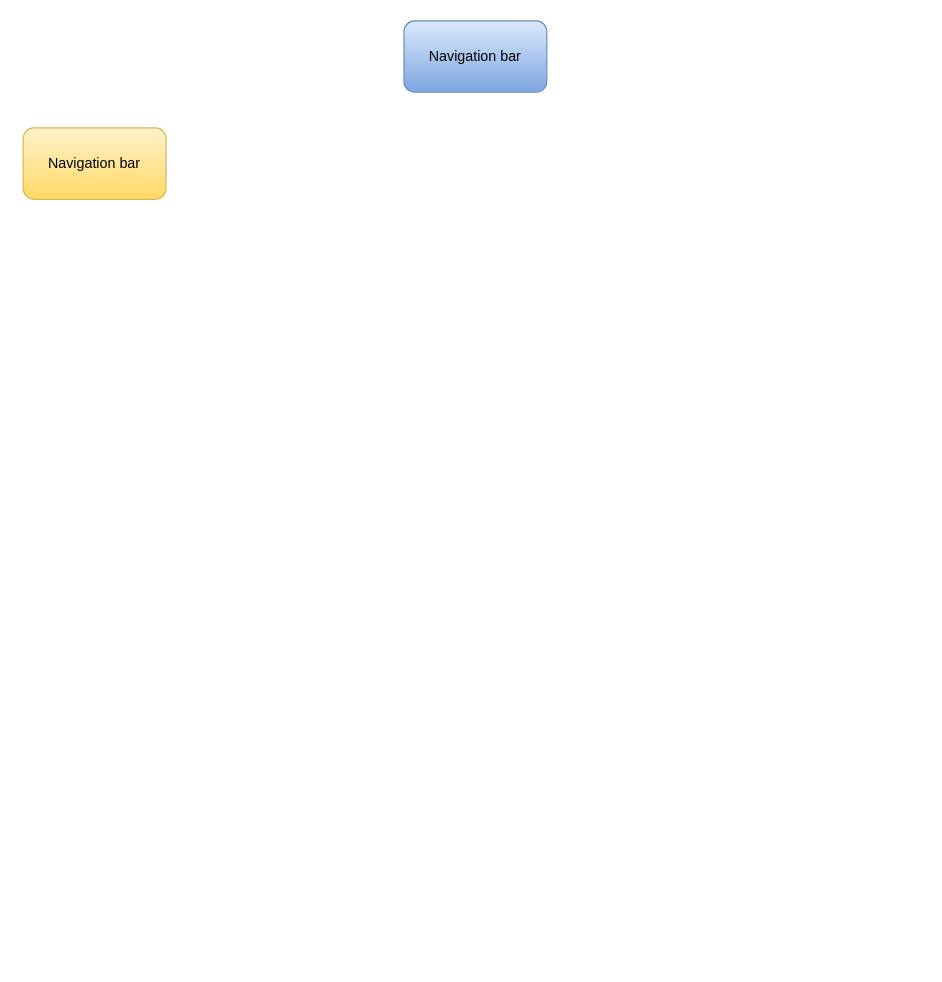
owenlim225/CCS-webdev-2024 keeps this draw.io diagram as Untitled Diagram.drawio. Above is the earlier version. Source tidied: cells renumbered, new cells numbered last; positions are measured from the earlier drawing's top-left corner, leaving out a move shared by most shapes. Both pictures are drawn from the tidied source at 119%, with x=0, y=0 at pixel (23, 20).
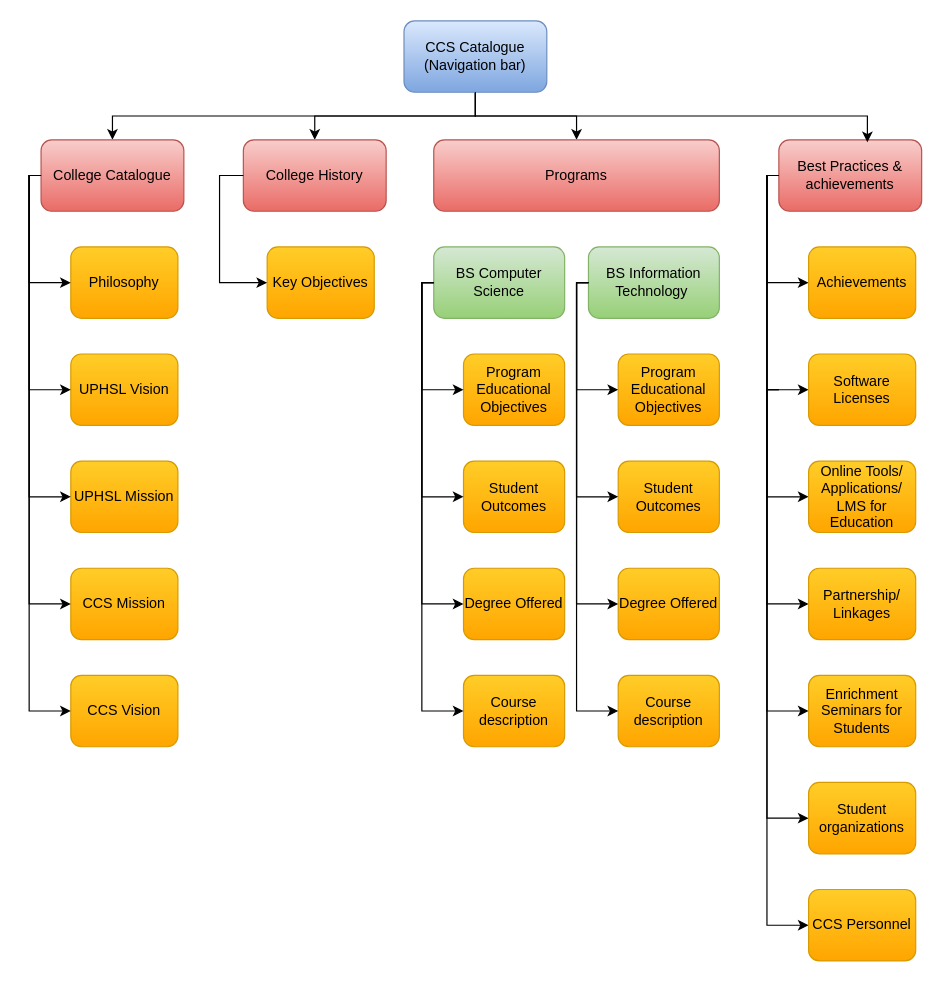
Above is the later version.

What changed in the source:
```diff
@@
+    <mxCell id="4" style="edgeStyle=orthogonalEdgeStyle;rounded=0;jettySize=auto;html=1;entryX=0.5;entryY=0;entryDx=0;entryDy=0;" parent="1" edge="1" source="2" target="35">
+      <mxGeometry relative="1" as="geometry">
+        <Array as="points">
+          <mxPoint x="380" y="80" />
+          <mxPoint x="75" y="80" />
+        </Array>
+      </mxGeometry>
+    </mxCell>
+    <mxCell id="5" style="edgeStyle=orthogonalEdgeStyle;rounded=0;jettySize=auto;html=1;entryX=0.5;entryY=0;entryDx=0;entryDy=0;" parent="1" edge="1" source="2" target="8">
+      <mxGeometry relative="1" as="geometry">
+        <Array as="points">
+          <mxPoint x="380" y="80" />
+          <mxPoint x="245" y="80" />
+        </Array>
+      </mxGeometry>
+    </mxCell>
+    <mxCell id="6" style="edgeStyle=orthogonalEdgeStyle;rounded=0;jettySize=auto;html=1;exitX=0.5;exitY=1;exitDx=0;exitDy=0;" parent="1" edge="1" source="2" target="9">
+      <mxGeometry relative="1" as="geometry" />
+    </mxCell>
-    <mxCell id="2" value="Navigation bar" style="rounded=1;whiteSpace=wrap;html=1;fillColor=#dae8fc;strokeColor=#6c8ebf;gradientColor=#7ea6e0;" parent="1" vertex="1">
+    <mxCell id="2" value="CCS Catalogue&lt;br&gt;(Navigation bar)" style="rounded=1;whiteSpace=wrap;html=1;fillColor=#dae8fc;strokeColor=#6c8ebf;gradientColor=#7ea6e0;" parent="1" vertex="1">
       <mxGeometry x="320" width="120" height="60" as="geometry" />
     </mxCell>
-    <mxCell id="3" value="Navigation bar" style="rounded=1;whiteSpace=wrap;html=1;fillColor=#fff2cc;strokeColor=#d6b656;gradientColor=#ffd966;" parent="1" vertex="1">
-      <mxGeometry y="90" width="120" height="60" as="geometry" />
-    </mxCell>
+    <mxCell id="7" style="group;" parent="1" vertex="1">
+      <mxGeometry x="5" y="100" width="750" height="690" as="geometry" />
+    </mxCell>
+    <mxCell id="8" value="College History" style="rounded=1;whiteSpace=wrap;html=1;fillColor=#f8cecc;strokeColor=#b85450;gradientColor=#ea6b66;" parent="7" vertex="1">
+      <mxGeometry x="180" width="120" height="60" as="geometry" />
+    </mxCell>
+    <mxCell id="9" value="Programs" style="rounded=1;whiteSpace=wrap;html=1;fillColor=#f8cecc;strokeColor=#b85450;gradientColor=#ea6b66;" parent="7" vertex="1">
+      <mxGeometry x="340" width="240" height="60" as="geometry" />
+    </mxCell>
+    <mxCell id="10" value="Key Objectives&lt;span id=&quot;docs-internal-guid-d5e53d72-7fff-2fe1-b138-4ab144727099&quot;&gt;&lt;/span&gt;" style="rounded=1;whiteSpace=wrap;html=1;fillColor=#ffcd28;strokeColor=#d79b00;gradientColor=#ffa500;" parent="7" vertex="1">
+      <mxGeometry x="200" y="90" width="90" height="60" as="geometry" />
+    </mxCell>
+    <mxCell id="11" style="edgeStyle=orthogonalEdgeStyle;rounded=0;jettySize=auto;html=1;entryX=0;entryY=0.5;entryDx=0;entryDy=0;" parent="7" edge="1" source="8" target="10">
+      <mxGeometry relative="1" as="geometry">
+        <Array as="points">
+          <mxPoint x="160" y="30" />
+          <mxPoint x="160" y="120" />
+        </Array>
+      </mxGeometry>
+    </mxCell>
+    <mxCell id="12" style="group;" parent="7" vertex="1">
+      <mxGeometry x="330" y="90" width="120" height="420" as="geometry" />
+    </mxCell>
+    <mxCell id="13" value="BS Computer Science&lt;span id=&quot;docs-internal-guid-ea8f8cfb-7fff-ccc1-7b33-4c26a019957c&quot;&gt;&lt;/span&gt;&lt;span id=&quot;docs-internal-guid-ea8f8cfb-7fff-ccc1-7b33-4c26a019957c&quot;&gt;&lt;/span&gt;" style="rounded=1;whiteSpace=wrap;html=1;fillColor=#d5e8d4;strokeColor=#82b366;gradientColor=#97d077;" parent="12" vertex="1">
+      <mxGeometry x="10" width="110" height="60" as="geometry" />
+    </mxCell>
+    <mxCell id="14" style="group;" parent="12" vertex="1">
+      <mxGeometry x="35" y="90" width="85" height="330" as="geometry" />
+    </mxCell>
+    <mxCell id="15" value="Program Educational Objectives&lt;span id=&quot;docs-internal-guid-ea8f8cfb-7fff-ccc1-7b33-4c26a019957c&quot;&gt;&lt;/span&gt;&lt;span id=&quot;docs-internal-guid-ea8f8cfb-7fff-ccc1-7b33-4c26a019957c&quot;&gt;&lt;/span&gt;" style="rounded=1;whiteSpace=wrap;html=1;fillColor=#ffcd28;strokeColor=#d79b00;gradientColor=#ffa500;" parent="14" vertex="1">
+      <mxGeometry width="85" height="60" as="geometry" />
+    </mxCell>
+    <mxCell id="16" value="Student Outcomes&lt;span id=&quot;docs-internal-guid-ea8f8cfb-7fff-ccc1-7b33-4c26a019957c&quot;&gt;&lt;/span&gt;&lt;span id=&quot;docs-internal-guid-ea8f8cfb-7fff-ccc1-7b33-4c26a019957c&quot;&gt;&lt;/span&gt;" style="rounded=1;whiteSpace=wrap;html=1;fillColor=#ffcd28;strokeColor=#d79b00;gradientColor=#ffa500;" parent="14" vertex="1">
+      <mxGeometry y="90" width="85" height="60" as="geometry" />
+    </mxCell>
+    <mxCell id="17" value="Degree Offered&lt;span id=&quot;docs-internal-guid-ea8f8cfb-7fff-ccc1-7b33-4c26a019957c&quot;&gt;&lt;/span&gt;&lt;span id=&quot;docs-internal-guid-ea8f8cfb-7fff-ccc1-7b33-4c26a019957c&quot;&gt;&lt;/span&gt;" style="rounded=1;whiteSpace=wrap;html=1;fillColor=#ffcd28;strokeColor=#d79b00;gradientColor=#ffa500;" parent="14" vertex="1">
+      <mxGeometry y="180" width="85" height="60" as="geometry" />
+    </mxCell>
+    <mxCell id="18" value="Course description&lt;span id=&quot;docs-internal-guid-ea8f8cfb-7fff-ccc1-7b33-4c26a019957c&quot;&gt;&lt;/span&gt;&lt;span id=&quot;docs-internal-guid-ea8f8cfb-7fff-ccc1-7b33-4c26a019957c&quot;&gt;&lt;/span&gt;" style="rounded=1;whiteSpace=wrap;html=1;fillColor=#ffcd28;strokeColor=#d79b00;gradientColor=#ffa500;" parent="14" vertex="1">
+      <mxGeometry y="270" width="85" height="60" as="geometry" />
+    </mxCell>
+    <mxCell id="19" style="edgeStyle=orthogonalEdgeStyle;rounded=0;jettySize=auto;html=1;entryX=0;entryY=0.5;entryDx=0;entryDy=0;" parent="12" edge="1" source="13" target="15">
+      <mxGeometry relative="1" as="geometry">
+        <Array as="points">
+          <mxPoint y="30" />
+          <mxPoint y="120" />
+        </Array>
+      </mxGeometry>
+    </mxCell>
+    <mxCell id="20" style="edgeStyle=orthogonalEdgeStyle;rounded=0;jettySize=auto;html=1;entryX=0;entryY=0.5;entryDx=0;entryDy=0;" parent="12" edge="1" source="13" target="16">
+      <mxGeometry relative="1" as="geometry">
+        <Array as="points">
+          <mxPoint y="30" />
+          <mxPoint y="210" />
+        </Array>
+      </mxGeometry>
+    </mxCell>
+    <mxCell id="21" style="edgeStyle=orthogonalEdgeStyle;rounded=0;jettySize=auto;html=1;entryX=0;entryY=0.5;entryDx=0;entryDy=0;" parent="12" edge="1" source="13" target="17">
+      <mxGeometry relative="1" as="geometry">
+        <Array as="points">
+          <mxPoint y="30" />
+          <mxPoint y="300" />
+        </Array>
+      </mxGeometry>
+    </mxCell>
+    <mxCell id="22" style="edgeStyle=orthogonalEdgeStyle;rounded=0;jettySize=auto;html=1;entryX=0;entryY=0.5;entryDx=0;entryDy=0;" parent="12" edge="1" source="13" target="18">
+      <mxGeometry relative="1" as="geometry">
+        <Array as="points">
+          <mxPoint y="30" />
+          <mxPoint y="390" />
+        </Array>
+      </mxGeometry>
+    </mxCell>
+    <mxCell id="23" style="group;" parent="7" vertex="1">
+      <mxGeometry x="460" y="90" width="120" height="420" as="geometry" />
+    </mxCell>
+    <mxCell id="24" value="BS Information Technology&amp;nbsp;&lt;span id=&quot;docs-internal-guid-ea8f8cfb-7fff-ccc1-7b33-4c26a019957c&quot;&gt;&lt;/span&gt;&lt;span id=&quot;docs-internal-guid-ea8f8cfb-7fff-ccc1-7b33-4c26a019957c&quot;&gt;&lt;/span&gt;" style="rounded=1;whiteSpace=wrap;html=1;fillColor=#d5e8d4;strokeColor=#82b366;gradientColor=#97d077;" parent="23" vertex="1">
+      <mxGeometry x="10" width="110" height="60" as="geometry" />
+    </mxCell>
+    <mxCell id="25" style="group;" parent="23" vertex="1">
+      <mxGeometry x="35" y="90" width="85" height="330" as="geometry" />
+    </mxCell>
+    <mxCell id="26" value="Program Educational Objectives&lt;span id=&quot;docs-internal-guid-ea8f8cfb-7fff-ccc1-7b33-4c26a019957c&quot;&gt;&lt;/span&gt;&lt;span id=&quot;docs-internal-guid-ea8f8cfb-7fff-ccc1-7b33-4c26a019957c&quot;&gt;&lt;/span&gt;" style="rounded=1;whiteSpace=wrap;html=1;fillColor=#ffcd28;strokeColor=#d79b00;gradientColor=#ffa500;" parent="25" vertex="1">
+      <mxGeometry width="85" height="60" as="geometry" />
+    </mxCell>
+    <mxCell id="27" value="Student Outcomes&lt;span id=&quot;docs-internal-guid-ea8f8cfb-7fff-ccc1-7b33-4c26a019957c&quot;&gt;&lt;/span&gt;&lt;span id=&quot;docs-internal-guid-ea8f8cfb-7fff-ccc1-7b33-4c26a019957c&quot;&gt;&lt;/span&gt;" style="rounded=1;whiteSpace=wrap;html=1;fillColor=#ffcd28;strokeColor=#d79b00;gradientColor=#ffa500;" parent="25" vertex="1">
+      <mxGeometry y="90" width="85" height="60" as="geometry" />
+    </mxCell>
+    <mxCell id="28" value="Degree Offered&lt;span id=&quot;docs-internal-guid-ea8f8cfb-7fff-ccc1-7b33-4c26a019957c&quot;&gt;&lt;/span&gt;&lt;span id=&quot;docs-internal-guid-ea8f8cfb-7fff-ccc1-7b33-4c26a019957c&quot;&gt;&lt;/span&gt;" style="rounded=1;whiteSpace=wrap;html=1;fillColor=#ffcd28;strokeColor=#d79b00;gradientColor=#ffa500;" parent="25" vertex="1">
+      <mxGeometry y="180" width="85" height="60" as="geometry" />
+    </mxCell>
+    <mxCell id="29" value="Course description&lt;span id=&quot;docs-internal-guid-ea8f8cfb-7fff-ccc1-7b33-4c26a019957c&quot;&gt;&lt;/span&gt;&lt;span id=&quot;docs-internal-guid-ea8f8cfb-7fff-ccc1-7b33-4c26a019957c&quot;&gt;&lt;/span&gt;" style="rounded=1;whiteSpace=wrap;html=1;fillColor=#ffcd28;strokeColor=#d79b00;gradientColor=#ffa500;" parent="25" vertex="1">
+      <mxGeometry y="270" width="85" height="60" as="geometry" />
+    </mxCell>
+    <mxCell id="30" style="edgeStyle=orthogonalEdgeStyle;rounded=0;jettySize=auto;html=1;entryX=0;entryY=0.5;entryDx=0;entryDy=0;" parent="23" edge="1" source="24" target="26">
+      <mxGeometry relative="1" as="geometry">
+        <Array as="points">
+          <mxPoint y="30" />
+          <mxPoint y="120" />
+        </Array>
+      </mxGeometry>
+    </mxCell>
+    <mxCell id="31" style="edgeStyle=orthogonalEdgeStyle;rounded=0;jettySize=auto;html=1;entryX=0;entryY=0.5;entryDx=0;entryDy=0;" parent="23" edge="1" source="24" target="27">
+      <mxGeometry relative="1" as="geometry">
+        <Array as="points">
+          <mxPoint y="30" />
+          <mxPoint y="210" />
+        </Array>
+      </mxGeometry>
+    </mxCell>
+    <mxCell id="32" style="edgeStyle=orthogonalEdgeStyle;rounded=0;jettySize=auto;html=1;entryX=0;entryY=0.5;entryDx=0;entryDy=0;" parent="23" edge="1" source="24" target="28">
+      <mxGeometry relative="1" as="geometry">
+        <Array as="points">
+          <mxPoint y="30" />
+          <mxPoint y="300" />
+        </Array>
+      </mxGeometry>
+    </mxCell>
+    <mxCell id="33" style="edgeStyle=orthogonalEdgeStyle;rounded=0;jettySize=auto;html=1;entryX=0;entryY=0.5;entryDx=0;entryDy=0;" parent="23" edge="1" source="24" target="29">
+      <mxGeometry relative="1" as="geometry">
+        <Array as="points">
+          <mxPoint y="30" />
+          <mxPoint y="390" />
+        </Array>
+      </mxGeometry>
+    </mxCell>
+    <mxCell id="34" style="group;" parent="7" vertex="1">
+      <mxGeometry width="130" height="510" as="geometry" />
+    </mxCell>
+    <mxCell id="35" value="College Catalogue" style="rounded=1;whiteSpace=wrap;html=1;fillColor=#f8cecc;strokeColor=#b85450;gradientColor=#ea6b66;" parent="34" vertex="1">
+      <mxGeometry x="10" width="120" height="60" as="geometry" />
+    </mxCell>
+    <mxCell id="36" style="group;" parent="34" vertex="1">
+      <mxGeometry x="35" y="90" width="90" height="420" as="geometry" />
+    </mxCell>
+    <mxCell id="37" value="Philosophy&lt;span id=&quot;docs-internal-guid-d5e53d72-7fff-2fe1-b138-4ab144727099&quot;&gt;&lt;/span&gt;" style="rounded=1;whiteSpace=wrap;html=1;fillColor=#ffcd28;strokeColor=#d79b00;gradientColor=#ffa500;" parent="36" vertex="1">
+      <mxGeometry width="90" height="60" as="geometry" />
+    </mxCell>
+    <mxCell id="38" value="&lt;div&gt;UPHSL Vision&lt;/div&gt;" style="rounded=1;whiteSpace=wrap;html=1;fillColor=#ffcd28;strokeColor=#d79b00;gradientColor=#ffa500;" parent="36" vertex="1">
+      <mxGeometry y="90" width="90" height="60" as="geometry" />
+    </mxCell>
+    <mxCell id="39" value="UPHSL Mission&lt;span id=&quot;docs-internal-guid-d5e53d72-7fff-2fe1-b138-4ab144727099&quot;&gt;&lt;/span&gt;" style="rounded=1;whiteSpace=wrap;html=1;fillColor=#ffcd28;strokeColor=#d79b00;gradientColor=#ffa500;" parent="36" vertex="1">
+      <mxGeometry y="180" width="90" height="60" as="geometry" />
+    </mxCell>
+    <mxCell id="40" value="&lt;div&gt;CCS Mission&lt;/div&gt;" style="rounded=1;whiteSpace=wrap;html=1;fillColor=#ffcd28;strokeColor=#d79b00;gradientColor=#ffa500;" parent="36" vertex="1">
+      <mxGeometry y="270" width="90" height="60" as="geometry" />
+    </mxCell>
+    <mxCell id="41" value="&lt;span id=&quot;docs-internal-guid-57780343-7fff-d43e-a0b6-322ba20f0d49&quot;&gt;&lt;/span&gt;CCS Vision" style="rounded=1;whiteSpace=wrap;html=1;fillColor=#ffcd28;strokeColor=#d79b00;gradientColor=#ffa500;" parent="36" vertex="1">
+      <mxGeometry y="360" width="90" height="60" as="geometry" />
+    </mxCell>
+    <mxCell id="42" style="edgeStyle=orthogonalEdgeStyle;rounded=0;jettySize=auto;html=1;entryX=0;entryY=0.5;entryDx=0;entryDy=0;" parent="34" edge="1" source="35" target="37">
+      <mxGeometry relative="1" as="geometry">
+        <Array as="points">
+          <mxPoint y="30" />
+          <mxPoint y="120" />
+        </Array>
+      </mxGeometry>
+    </mxCell>
+    <mxCell id="43" style="edgeStyle=orthogonalEdgeStyle;rounded=0;jettySize=auto;html=1;entryX=0;entryY=0.5;entryDx=0;entryDy=0;" parent="34" edge="1" source="35" target="38">
+      <mxGeometry relative="1" as="geometry">
+        <Array as="points">
+          <mxPoint y="30" />
+          <mxPoint y="210" />
+        </Array>
+      </mxGeometry>
+    </mxCell>
+    <mxCell id="44" style="edgeStyle=orthogonalEdgeStyle;rounded=0;jettySize=auto;html=1;entryX=0;entryY=0.5;entryDx=0;entryDy=0;" parent="34" edge="1" source="35" target="39">
+      <mxGeometry relative="1" as="geometry">
+        <Array as="points">
+          <mxPoint y="30" />
+          <mxPoint y="300" />
+        </Array>
+      </mxGeometry>
+    </mxCell>
+    <mxCell id="45" style="edgeStyle=orthogonalEdgeStyle;rounded=0;jettySize=auto;html=1;entryX=0;entryY=0.5;entryDx=0;entryDy=0;" parent="34" edge="1" source="35" target="40">
+      <mxGeometry relative="1" as="geometry">
+        <Array as="points">
+          <mxPoint y="30" />
+          <mxPoint y="390" />
+        </Array>
+      </mxGeometry>
+    </mxCell>
+    <mxCell id="46" style="edgeStyle=orthogonalEdgeStyle;rounded=0;jettySize=auto;html=1;entryX=0;entryY=0.5;entryDx=0;entryDy=0;" parent="34" edge="1" source="35" target="41">
+      <mxGeometry relative="1" as="geometry">
+        <Array as="points">
+          <mxPoint y="30" />
+          <mxPoint y="480" />
+        </Array>
+      </mxGeometry>
+    </mxCell>
+    <mxCell id="47" value="Best Practices &amp;amp; achievements" style="rounded=1;whiteSpace=wrap;html=1;fillColor=#f8cecc;strokeColor=#b85450;gradientColor=#ea6b66;" parent="7" vertex="1">
+      <mxGeometry x="630" width="120" height="60" as="geometry" />
+    </mxCell>
+    <mxCell id="48" style="edgeStyle=orthogonalEdgeStyle;rounded=0;jettySize=auto;html=1;entryX=0;entryY=0.5;entryDx=0;entryDy=0;" parent="7" edge="1" source="47" target="53">
+      <mxGeometry relative="1" as="geometry">
+        <Array as="points">
+          <mxPoint x="620" y="30" />
+          <mxPoint x="620" y="120" />
+        </Array>
+      </mxGeometry>
+    </mxCell>
+    <mxCell id="49" style="edgeStyle=orthogonalEdgeStyle;rounded=0;jettySize=auto;html=1;entryX=0;entryY=0.5;entryDx=0;entryDy=0;" parent="7" edge="1" source="47" target="54">
+      <mxGeometry relative="1" as="geometry">
+        <Array as="points">
+          <mxPoint x="620" y="30" />
+          <mxPoint x="620" y="210" />
+        </Array>
+      </mxGeometry>
+    </mxCell>
+    <mxCell id="50" style="edgeStyle=orthogonalEdgeStyle;rounded=0;jettySize=auto;html=1;entryX=0;entryY=0.5;entryDx=0;entryDy=0;" parent="7" edge="1" source="47" target="55">
+      <mxGeometry relative="1" as="geometry">
+        <Array as="points">
+          <mxPoint x="620" y="30" />
+          <mxPoint x="620" y="300" />
+        </Array>
+      </mxGeometry>
+    </mxCell>
+    <mxCell id="51" style="edgeStyle=orthogonalEdgeStyle;rounded=0;jettySize=auto;html=1;entryX=0;entryY=0.5;entryDx=0;entryDy=0;" parent="7" edge="1" source="47" target="56">
+      <mxGeometry relative="1" as="geometry">
+        <Array as="points">
+          <mxPoint x="620" y="30" />
+          <mxPoint x="620" y="390" />
+        </Array>
+      </mxGeometry>
+    </mxCell>
+    <mxCell id="52" style="edgeStyle=orthogonalEdgeStyle;rounded=0;jettySize=auto;html=1;entryX=0;entryY=0.5;entryDx=0;entryDy=0;" parent="7" edge="1" source="47" target="57">
+      <mxGeometry relative="1" as="geometry">
+        <Array as="points">
+          <mxPoint x="620" y="30" />
+          <mxPoint x="620" y="480" />
+        </Array>
+      </mxGeometry>
+    </mxCell>
+    <mxCell id="53" value="Achievements&lt;span id=&quot;docs-internal-guid-d5e53d72-7fff-2fe1-b138-4ab144727099&quot;&gt;&lt;/span&gt;" style="rounded=1;whiteSpace=wrap;html=1;fillColor=#ffcd28;strokeColor=#d79b00;gradientColor=#ffa500;" parent="7" vertex="1">
+      <mxGeometry x="655" y="90" width="90" height="60" as="geometry" />
+    </mxCell>
+    <mxCell id="54" value="&lt;div&gt;Software Licenses&lt;/div&gt;" style="rounded=1;whiteSpace=wrap;html=1;fillColor=#ffcd28;strokeColor=#d79b00;gradientColor=#ffa500;" parent="7" vertex="1">
+      <mxGeometry x="655" y="180" width="90" height="60" as="geometry" />
+    </mxCell>
+    <mxCell id="55" value="Online Tools/ Applications/ LMS for Education&lt;span id=&quot;docs-internal-guid-d5e53d72-7fff-2fe1-b138-4ab144727099&quot;&gt;&lt;/span&gt;" style="rounded=1;whiteSpace=wrap;html=1;fillColor=#ffcd28;strokeColor=#d79b00;gradientColor=#ffa500;" parent="7" vertex="1">
+      <mxGeometry x="655" y="270" width="90" height="60" as="geometry" />
+    </mxCell>
+    <mxCell id="56" value="&lt;div&gt;Partnership/ Linkages&lt;/div&gt;" style="rounded=1;whiteSpace=wrap;html=1;fillColor=#ffcd28;strokeColor=#d79b00;gradientColor=#ffa500;" parent="7" vertex="1">
+      <mxGeometry x="655" y="360" width="90" height="60" as="geometry" />
+    </mxCell>
+    <mxCell id="57" value="&lt;span id=&quot;docs-internal-guid-57780343-7fff-d43e-a0b6-322ba20f0d49&quot;&gt;&lt;/span&gt;Enrichment Seminars for Students" style="rounded=1;whiteSpace=wrap;html=1;fillColor=#ffcd28;strokeColor=#d79b00;gradientColor=#ffa500;" parent="7" vertex="1">
+      <mxGeometry x="655" y="450" width="90" height="60" as="geometry" />
+    </mxCell>
+    <mxCell id="58" style="edgeStyle=orthogonalEdgeStyle;rounded=0;jettySize=auto;html=1;entryX=0;entryY=0.5;entryDx=0;entryDy=0;" parent="7" edge="1" target="60">
+      <mxGeometry relative="1" as="geometry">
+        <mxPoint x="630" y="210" as="sourcePoint" />
+        <Array as="points">
+          <mxPoint x="620" y="210" />
+          <mxPoint x="620" y="570" />
+        </Array>
+      </mxGeometry>
+    </mxCell>
+    <mxCell id="59" style="edgeStyle=orthogonalEdgeStyle;rounded=0;jettySize=auto;html=1;entryX=0;entryY=0.5;entryDx=0;entryDy=0;" parent="7" edge="1" target="61">
+      <mxGeometry relative="1" as="geometry">
+        <mxPoint x="630" y="210" as="sourcePoint" />
+        <Array as="points">
+          <mxPoint x="620" y="210" />
+          <mxPoint x="620" y="660" />
+        </Array>
+      </mxGeometry>
+    </mxCell>
+    <mxCell id="60" value="&lt;div&gt;Student organizations&lt;/div&gt;" style="rounded=1;whiteSpace=wrap;html=1;fillColor=#ffcd28;strokeColor=#d79b00;gradientColor=#ffa500;" parent="7" vertex="1">
+      <mxGeometry x="655" y="540" width="90" height="60" as="geometry" />
+    </mxCell>
+    <mxCell id="61" value="&lt;span id=&quot;docs-internal-guid-57780343-7fff-d43e-a0b6-322ba20f0d49&quot;&gt;&lt;/span&gt;CCS Personnel" style="rounded=1;whiteSpace=wrap;html=1;fillColor=#ffcd28;strokeColor=#d79b00;gradientColor=#ffa500;" parent="7" vertex="1">
+      <mxGeometry x="655" y="630" width="90" height="60" as="geometry" />
+    </mxCell>
+    <mxCell id="62" style="edgeStyle=orthogonalEdgeStyle;rounded=0;jettySize=auto;html=1;entryX=0.62;entryY=0.035;entryDx=0;entryDy=0;entryPerimeter=0;" parent="1" edge="1" source="2" target="47">
+      <mxGeometry relative="1" as="geometry">
+        <Array as="points">
+          <mxPoint x="380" y="80" />
+          <mxPoint x="709" y="80" />
+        </Array>
+      </mxGeometry>
+    </mxCell>
```
